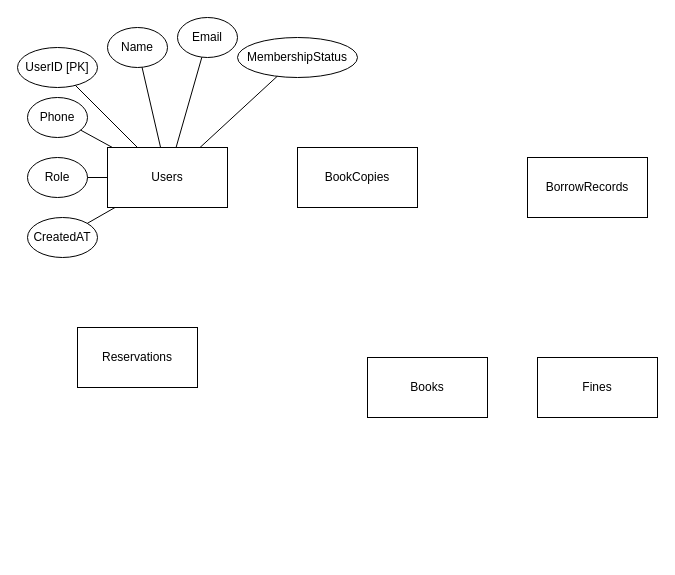
Above: Biểu đồ không có tiêu đề.drawio in nta105/nta105.github.io (draw.io), before the change. Source tidied: cells renumbered, new cells numbered last; positions are measured from the earlier drawing's top-left corner, leaving out a move shared by most shapes. Both pictures are drawn from the tidied source at 100%, with x=0, y=0 at pixel (17, 17).
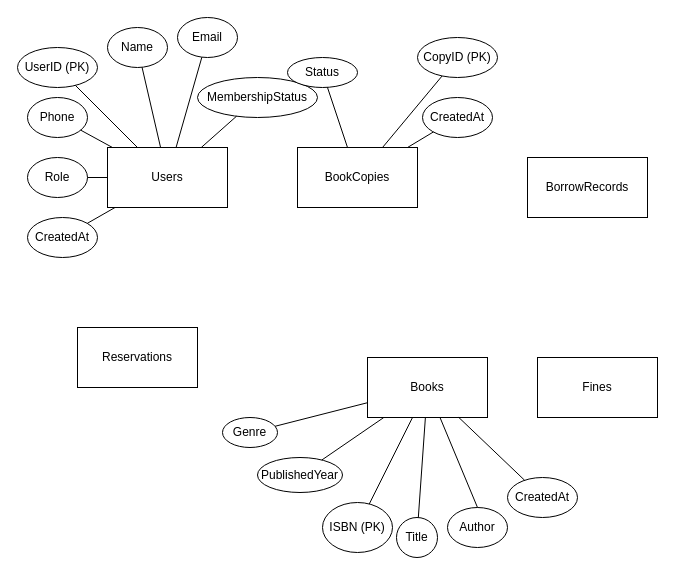
The same diagram, later.

Commit message:
Cập nhật Biểu đồ không có tiêu đề.drawio

The change refers to these unchanged cells:
```xml
<mxCell id="3" value="Books" style="rounded=0;whiteSpace=wrap;html=1;" parent="1" vertex="1">
  <mxGeometry x="350" y="340" width="120" height="60" as="geometry" />
</mxCell>
<mxCell id="4" value="BookCopies" style="rounded=0;whiteSpace=wrap;html=1;" parent="1" vertex="1">
  <mxGeometry x="280" y="130" width="120" height="60" as="geometry" />
</mxCell>
```

Diff of the diagram source:
```diff
@@
-    <mxCell id="8" value="UserID [PK]" style="ellipse;whiteSpace=wrap;html=1;" parent="1" vertex="1">
+    <mxCell id="8" value="UserID (PK)" style="ellipse;whiteSpace=wrap;html=1;" parent="1" vertex="1">
       <mxGeometry y="30" width="80" height="40" as="geometry" />
     </mxCell>
@@
     <mxCell id="12" value="MembershipStatus" style="ellipse;whiteSpace=wrap;html=1;" parent="1" vertex="1">
-      <mxGeometry x="220" y="20" width="120" height="40" as="geometry" />
+      <mxGeometry x="180" y="60" width="120" height="40" as="geometry" />
     </mxCell>
@@
-    <mxCell id="14" value="CreatedAT" style="ellipse;whiteSpace=wrap;html=1;" parent="1" vertex="1">
+    <mxCell id="14" value="CreatedAt" style="ellipse;whiteSpace=wrap;html=1;" parent="1" vertex="1">
       <mxGeometry x="10" y="200" width="70" height="40" as="geometry" />
     </mxCell>
@@
+    <mxCell id="22" value="ISBN (PK)" style="ellipse;whiteSpace=wrap;html=1;" parent="1" vertex="1">
+      <mxGeometry x="305" y="485" width="70" height="50" as="geometry" />
+    </mxCell>
+    <mxCell id="23" style="endArrow=none;html=1;rounded=0;" parent="1" edge="1" source="22" target="3">
+      <mxGeometry relative="1" as="geometry" />
+    </mxCell>
+    <mxCell id="24" value="Title" style="ellipse;whiteSpace=wrap;html=1;" parent="1" vertex="1">
+      <mxGeometry x="379" y="500" width="41" height="40" as="geometry" />
+    </mxCell>
+    <mxCell id="25" style="endArrow=none;html=1;rounded=0;" parent="1" edge="1" source="24" target="3">
+      <mxGeometry relative="1" as="geometry" />
+    </mxCell>
+    <mxCell id="26" value="Author" style="ellipse;whiteSpace=wrap;html=1;" parent="1" vertex="1">
+      <mxGeometry x="430" y="490" width="60" height="40" as="geometry" />
+    </mxCell>
+    <mxCell id="27" style="endArrow=none;html=1;rounded=0;entryX=0.5;entryY=0;entryDx=0;entryDy=0;" parent="1" edge="1" source="3" target="26">
+      <mxGeometry relative="1" as="geometry" />
+    </mxCell>
+    <mxCell id="28" value="PublishedYear" style="ellipse;whiteSpace=wrap;html=1;" parent="1" vertex="1">
+      <mxGeometry x="240" y="440" width="85" height="35" as="geometry" />
+    </mxCell>
+    <mxCell id="29" style="endArrow=none;html=1;rounded=0;" parent="1" edge="1" source="28" target="3">
+      <mxGeometry relative="1" as="geometry" />
+    </mxCell>
+    <mxCell id="30" value="Genre" style="ellipse;whiteSpace=wrap;html=1;" parent="1" vertex="1">
+      <mxGeometry x="205" y="400" width="55" height="30" as="geometry" />
+    </mxCell>
+    <mxCell id="31" style="endArrow=none;html=1;rounded=0;" parent="1" edge="1" source="30" target="3">
+      <mxGeometry relative="1" as="geometry" />
+    </mxCell>
+    <mxCell id="32" value="CreatedAt" style="ellipse;whiteSpace=wrap;html=1;" parent="1" vertex="1">
+      <mxGeometry x="490" y="460" width="70" height="40" as="geometry" />
+    </mxCell>
+    <mxCell id="33" style="endArrow=none;html=1;rounded=0;" parent="1" edge="1" source="32" target="3">
+      <mxGeometry relative="1" as="geometry" />
+    </mxCell>
+    <mxCell id="34" value="CopyID (PK)" style="ellipse;whiteSpace=wrap;html=1;" parent="1" vertex="1">
+      <mxGeometry x="400" y="20" width="80" height="40" as="geometry" />
+    </mxCell>
+    <mxCell id="35" style="endArrow=none;html=1;rounded=0;" parent="1" edge="1" source="4" target="34">
+      <mxGeometry relative="1" as="geometry" />
+    </mxCell>
+    <mxCell id="36" value="Status" style="ellipse;whiteSpace=wrap;html=1;" parent="1" vertex="1">
+      <mxGeometry x="270" y="40" width="70" height="30" as="geometry" />
+    </mxCell>
+    <mxCell id="37" style="endArrow=none;html=1;rounded=0;" parent="1" edge="1" source="36" target="4">
+      <mxGeometry relative="1" as="geometry" />
+    </mxCell>
+    <mxCell id="38" value="CreatedAt" style="ellipse;whiteSpace=wrap;html=1;" parent="1" vertex="1">
+      <mxGeometry x="405" y="80" width="70" height="40" as="geometry" />
+    </mxCell>
+    <mxCell id="39" style="endArrow=none;html=1;rounded=0;" parent="1" edge="1" source="4" target="38">
+      <mxGeometry relative="1" as="geometry" />
+    </mxCell>
```
